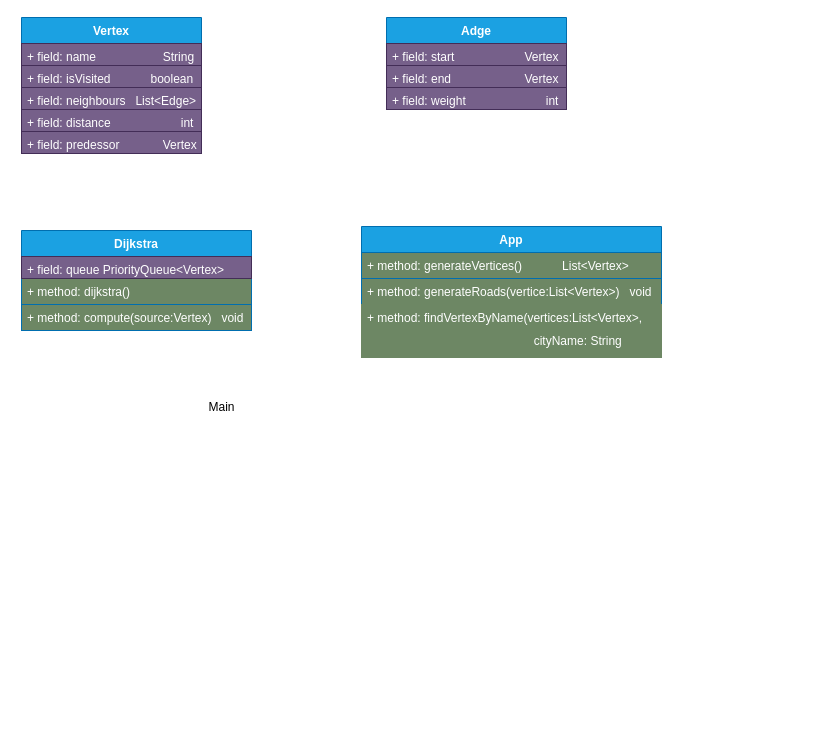
The draw.io diagram src/main/java/com/splab/algorithms/navigator/deykstra.drawio in Sava175/SpLab, before the edit. Source tidied: cells renumbered, new cells numbered last; positions are measured from the earlier drawing's top-left corner, leaving out a move shared by most shapes. Both pictures are drawn from the tidied source at 100%, with x=0, y=0 at pixel (21, 17).
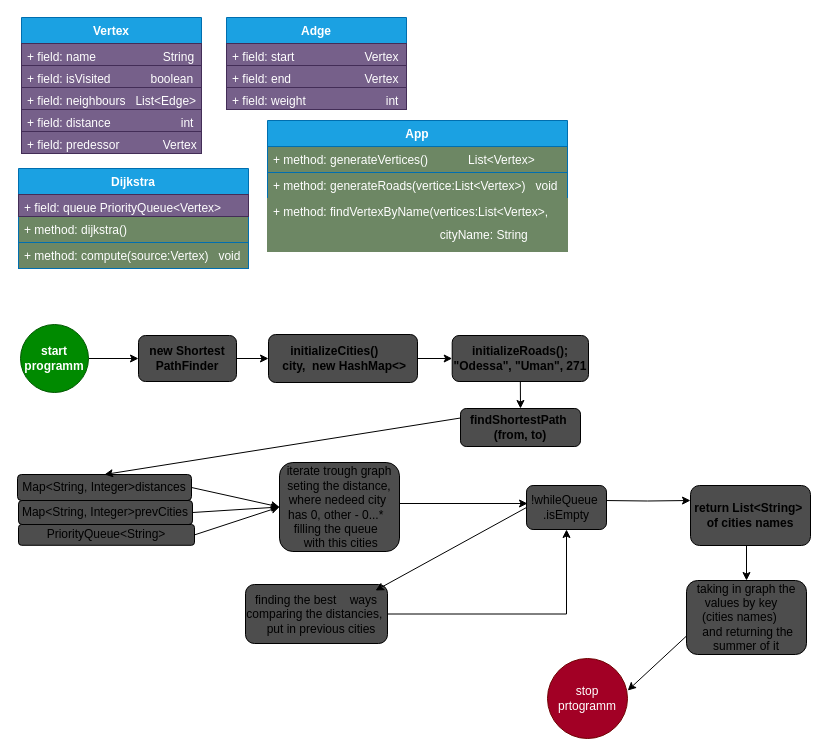
The same page after the edit.

Commit message (it also covers changes not shown here):
made drawio for navigator

The edit, as a diff of the source:
```diff
@@
     <mxCell id="8" value="Adge" style="swimlane;fontStyle=1;align=center;verticalAlign=top;horizontal=1;startSize=26;fillColor=#1ba1e2;fontColor=#ffffff;strokeColor=#006EAF;" parent="1" vertex="1">
-      <mxGeometry x="365" width="180" height="48" as="geometry" />
+      <mxGeometry x="205" width="180" height="48" as="geometry" />
     </mxCell>
@@
     <mxCell id="10" value="+ method: compute(source:Vertex)   void" style="text;strokeColor=#006EAF;fillColor=#6D8764;align=left;verticalAlign=top;spacingLeft=4;spacingRight=4;overflow=hidden;fontColor=#FFFFFF;" parent="1" vertex="1">
-      <mxGeometry y="287" width="230" height="26" as="geometry" />
+      <mxGeometry x="-3" y="225" width="230" height="26" as="geometry" />
     </mxCell>
     <mxCell id="11" value="+ method: dijkstra()" style="text;strokeColor=#006EAF;fillColor=#6D8764;align=left;verticalAlign=top;spacingLeft=4;spacingRight=4;overflow=hidden;fontColor=#FFFFFF;" parent="1" vertex="1">
-      <mxGeometry y="261" width="230" height="26" as="geometry" />
+      <mxGeometry x="-3" y="199" width="230" height="26" as="geometry" />
     </mxCell>
     <mxCell id="12" value="+ field: end                      Vertex" style="text;strokeColor=#432D57;fillColor=#76608a;align=left;verticalAlign=top;spacingLeft=4;spacingRight=4;overflow=hidden;fontColor=#ffffff;" parent="1" vertex="1">
-      <mxGeometry x="365" y="48" width="180" height="22" as="geometry" />
+      <mxGeometry x="205" y="48" width="180" height="22" as="geometry" />
     </mxCell>
     <mxCell id="13" value="+ field: weight                        int" style="text;strokeColor=#432D57;fillColor=#76608a;align=left;verticalAlign=top;spacingLeft=4;spacingRight=4;overflow=hidden;fontColor=#ffffff;" parent="1" vertex="1">
-      <mxGeometry x="365" y="70" width="180" height="22" as="geometry" />
+      <mxGeometry x="205" y="70" width="180" height="22" as="geometry" />
     </mxCell>
     <mxCell id="14" value="Dijkstra" style="swimlane;fontStyle=1;align=center;verticalAlign=top;horizontal=1;startSize=26;fillColor=#1ba1e2;fontColor=#ffffff;strokeColor=#006EAF;" parent="1" vertex="1">
-      <mxGeometry y="213" width="230" height="48" as="geometry" />
+      <mxGeometry x="-3" y="151" width="230" height="48" as="geometry" />
     </mxCell>
@@
     <mxCell id="16" value="App" style="swimlane;fontStyle=1;align=center;verticalAlign=top;horizontal=1;startSize=26;fillColor=#1ba1e2;fontColor=#ffffff;strokeColor=#006EAF;" parent="1" vertex="1">
-      <mxGeometry x="340" y="209" width="300" height="78" as="geometry" />
+      <mxGeometry x="246" y="103" width="300" height="78" as="geometry" />
     </mxCell>
@@
     <mxCell id="19" value="+ method: findVertexByName(vertices:List&lt;Vertex&gt;," style="text;strokeColor=#6D8764;fillColor=#6D8764;align=left;verticalAlign=top;spacingLeft=4;spacingRight=4;overflow=hidden;fontColor=#FFFFFF;" parent="1" vertex="1">
-      <mxGeometry x="340" y="287" width="300" height="23" as="geometry" />
+      <mxGeometry x="246" y="181" width="300" height="23" as="geometry" />
     </mxCell>
     <mxCell id="20" value="&amp;nbsp; &amp;nbsp; &amp;nbsp; &amp;nbsp; &amp;nbsp; &amp;nbsp; &amp;nbsp; &amp;nbsp; &amp;nbsp; &amp;nbsp; &amp;nbsp; &amp;nbsp; &amp;nbsp; &amp;nbsp; &amp;nbsp; &amp;nbsp; &amp;nbsp; &amp;nbsp; &amp;nbsp; &amp;nbsp; &amp;nbsp; &amp;nbsp; &amp;nbsp; &amp;nbsp; &amp;nbsp; cityName: String" style="whiteSpace=wrap;html=1;align=left;verticalAlign=top;fillColor=#6D8764;strokeColor=#6D8764;fontColor=#FFFFFF;gradientColor=none;spacingLeft=4;spacingRight=4;" parent="1" vertex="1">
-      <mxGeometry x="340" y="310" width="300" height="30" as="geometry" />
+      <mxGeometry x="246" y="204" width="300" height="30" as="geometry" />
     </mxCell>
-    <mxCell id="21" value="Main" style="text;html=1;align=center;verticalAlign=middle;strokeColor=none;fillColor=none;" parent="1" vertex="1">
-      <mxGeometry x="175" y="375" width="50" height="30" as="geometry" />
-    </mxCell>
+    <mxCell id="22" style="edgeStyle=orthogonalEdgeStyle;rounded=0;jettySize=auto;html=1;exitX=1;exitY=0.5;exitDx=0;exitDy=0;entryX=0;entryY=0.5;entryDx=0;entryDy=0;" parent="1" edge="1" source="23" target="25">
+      <mxGeometry relative="1" as="geometry" />
+    </mxCell>
+    <mxCell id="23" value="&lt;b&gt;start programm&lt;/b&gt;" style="ellipse;whiteSpace=wrap;html=1;fillColor=#008a00;fontColor=#ffffff;strokeColor=#005700;" parent="1" vertex="1">
+      <mxGeometry x="-1" y="307" width="68" height="68" as="geometry" />
+    </mxCell>
+    <mxCell id="24" style="edgeStyle=orthogonalEdgeStyle;rounded=0;jettySize=auto;html=1;exitX=1;exitY=0.5;exitDx=0;exitDy=0;entryX=0;entryY=0.5;entryDx=0;entryDy=0;" parent="1" edge="1" source="25" target="27">
+      <mxGeometry relative="1" as="geometry" />
+    </mxCell>
+    <mxCell id="25" value="&lt;b&gt;new Shortest PathFinder&lt;/b&gt;" style="rounded=1;whiteSpace=wrap;html=1;fillColor=#4D4D4D;" parent="1" vertex="1">
+      <mxGeometry x="117" y="318" width="98" height="46" as="geometry" />
+    </mxCell>
+    <mxCell id="26" style="edgeStyle=orthogonalEdgeStyle;rounded=0;jettySize=auto;html=1;exitX=1;exitY=0.5;exitDx=0;exitDy=0;entryX=0;entryY=0.5;entryDx=0;entryDy=0;" parent="1" edge="1" source="27" target="29">
+      <mxGeometry relative="1" as="geometry" />
+    </mxCell>
+    <mxCell id="27" value="&lt;b&gt;&amp;nbsp; &amp;nbsp; &amp;nbsp; initializeCities()&amp;nbsp; &amp;nbsp; &amp;nbsp; &amp;nbsp; &amp;nbsp; &amp;nbsp; &amp;nbsp;city,&amp;nbsp; new HashMap&amp;lt;&amp;gt;&lt;/b&gt;" style="rounded=1;whiteSpace=wrap;html=1;fillColor=#4D4D4D;" parent="1" vertex="1">
+      <mxGeometry x="247" y="317" width="149" height="48" as="geometry" />
+    </mxCell>
+    <mxCell id="28" style="edgeStyle=orthogonalEdgeStyle;rounded=0;jettySize=auto;html=1;exitX=0.5;exitY=1;exitDx=0;exitDy=0;entryX=0.5;entryY=0;entryDx=0;entryDy=0;" parent="1" edge="1" source="29" target="30">
+      <mxGeometry relative="1" as="geometry" />
+    </mxCell>
+    <mxCell id="29" value="&lt;b&gt;initializeRoads(); &quot;Odessa&quot;, &quot;Uman&quot;, 271&lt;/b&gt;" style="rounded=1;whiteSpace=wrap;html=1;fillColor=#4D4D4D;" parent="1" vertex="1">
+      <mxGeometry x="430.7" y="318" width="136.3" height="46" as="geometry" />
+    </mxCell>
+    <mxCell id="30" value="&lt;b&gt;findShortestPath&amp;nbsp; (from, to)&lt;/b&gt;" style="rounded=1;whiteSpace=wrap;html=1;fillColor=#4D4D4D;" parent="1" vertex="1">
+      <mxGeometry x="439" y="391" width="120" height="38" as="geometry" />
+    </mxCell>
+    <mxCell id="31" value="Map&amp;lt;String, Integer&amp;gt;distances" style="rounded=1;whiteSpace=wrap;html=1;fillColor=#4D4D4D;" parent="1" vertex="1">
+      <mxGeometry x="-4" y="457" width="174" height="26" as="geometry" />
+    </mxCell>
+    <mxCell id="32" value="Map&amp;lt;String, Integer&amp;gt;prevCities" style="whiteSpace=wrap;html=1;fillColor=#4D4D4D;rounded=1;" parent="1" vertex="1">
+      <mxGeometry x="-3" y="483" width="174" height="24" as="geometry" />
+    </mxCell>
+    <mxCell id="33" value="PriorityQueue&amp;lt;String&amp;gt;" style="whiteSpace=wrap;html=1;fillColor=#4D4D4D;rounded=1;" parent="1" vertex="1">
+      <mxGeometry x="-3" y="507" width="176" height="20.8" as="geometry" />
+    </mxCell>
+    <mxCell id="34" style="edgeStyle=orthogonalEdgeStyle;rounded=0;jettySize=auto;html=1;exitX=1;exitY=0.5;exitDx=0;exitDy=0;entryX=0.013;entryY=0.409;entryDx=0;entryDy=0;entryPerimeter=0;" parent="1" edge="1" source="35" target="43">
+      <mxGeometry relative="1" as="geometry">
+        <Array as="points">
+          <mxPoint x="378" y="486" />
+        </Array>
+      </mxGeometry>
+    </mxCell>
+    <mxCell id="35" value="iterate trough graph seting the distance, where nedeed city&amp;nbsp; &amp;nbsp;has 0, other - 0...*&amp;nbsp; &amp;nbsp; &amp;nbsp;filling the queue&amp;nbsp; &amp;nbsp; &amp;nbsp;with this cities" style="rounded=1;whiteSpace=wrap;html=1;fillColor=#4D4D4D;" parent="1" vertex="1">
+      <mxGeometry x="258" y="445" width="120" height="89" as="geometry" />
+    </mxCell>
+    <mxCell id="36" style="endArrow=classic;html=1;rounded=0;entryX=0;entryY=0.5;entryDx=0;entryDy=0;exitX=1;exitY=0.5;exitDx=0;exitDy=0;" parent="1" edge="1" source="31" target="35">
+      <mxGeometry relative="1" as="geometry" />
+    </mxCell>
+    <mxCell id="37" style="endArrow=classic;html=1;rounded=0;entryX=0;entryY=0.5;entryDx=0;entryDy=0;exitX=1;exitY=0.5;exitDx=0;exitDy=0;" parent="1" edge="1" source="32" target="35">
+      <mxGeometry relative="1" as="geometry" />
+    </mxCell>
+    <mxCell id="38" style="endArrow=classic;html=1;rounded=0;entryX=0;entryY=0.5;entryDx=0;entryDy=0;exitX=1;exitY=0.5;exitDx=0;exitDy=0;" parent="1" edge="1" source="33" target="35">
+      <mxGeometry relative="1" as="geometry" />
+    </mxCell>
+    <mxCell id="39" style="endArrow=classic;html=1;rounded=0;exitX=0;exitY=0.25;exitDx=0;exitDy=0;entryX=0.5;entryY=0;entryDx=0;entryDy=0;" parent="1" edge="1" source="30" target="31">
+      <mxGeometry relative="1" as="geometry" />
+    </mxCell>
+    <mxCell id="40" style="edgeStyle=orthogonalEdgeStyle;rounded=0;jettySize=auto;html=1;exitX=1;exitY=0.5;exitDx=0;exitDy=0;entryX=0.5;entryY=1;entryDx=0;entryDy=0;" parent="1" edge="1" source="41" target="43">
+      <mxGeometry relative="1" as="geometry" />
+    </mxCell>
+    <mxCell id="41" value="finding the best&amp;nbsp; &amp;nbsp; ways comparing the distancies,&amp;nbsp; &amp;nbsp; &amp;nbsp;put in previous cities" style="rounded=1;whiteSpace=wrap;html=1;fillColor=#4D4D4D;" parent="1" vertex="1">
+      <mxGeometry x="224" y="567" width="142" height="59" as="geometry" />
+    </mxCell>
+    <mxCell id="42" style="edgeStyle=orthogonalEdgeStyle;rounded=0;jettySize=auto;html=1;entryX=0;entryY=0.25;entryDx=0;entryDy=0;" parent="1" edge="1" target="46">
+      <mxGeometry relative="1" as="geometry">
+        <mxPoint x="582" y="483" as="sourcePoint" />
+      </mxGeometry>
+    </mxCell>
+    <mxCell id="43" value="!whileQueue&amp;nbsp; .isEmpty" style="rounded=1;whiteSpace=wrap;html=1;fillColor=#4D4D4D;" parent="1" vertex="1">
+      <mxGeometry x="505" y="468" width="80" height="44" as="geometry" />
+    </mxCell>
+    <mxCell id="44" style="endArrow=classic;html=1;rounded=0;exitX=0;exitY=0.5;exitDx=0;exitDy=0;" parent="1" edge="1" source="43">
+      <mxGeometry relative="1" as="geometry">
+        <mxPoint x="354" y="573" as="targetPoint" />
+      </mxGeometry>
+    </mxCell>
+    <mxCell id="45" style="edgeStyle=orthogonalEdgeStyle;rounded=0;jettySize=auto;html=1;exitX=0.5;exitY=1;exitDx=0;exitDy=0;entryX=0.5;entryY=0;entryDx=0;entryDy=0;" parent="1" edge="1" source="46" target="48">
+      <mxGeometry relative="1" as="geometry" />
+    </mxCell>
+    <mxCell id="46" value="&lt;b&gt;return List&amp;lt;String&amp;gt;&amp;nbsp; &amp;nbsp;of cities names&amp;nbsp;&lt;/b&gt;" style="rounded=1;whiteSpace=wrap;html=1;fillColor=#4D4D4D;" parent="1" vertex="1">
+      <mxGeometry x="669" y="468" width="120" height="60" as="geometry" />
+    </mxCell>
+    <mxCell id="47" value="stop prtogramm" style="ellipse;whiteSpace=wrap;html=1;fillColor=#a20025;fontColor=#ffffff;strokeColor=#6F0000;" parent="1" vertex="1">
+      <mxGeometry x="526" y="641" width="80" height="80" as="geometry" />
+    </mxCell>
+    <mxCell id="48" value="taking in graph the values by key&amp;nbsp; &amp;nbsp; &amp;nbsp;(cities names)&amp;nbsp; &amp;nbsp; &amp;nbsp; &amp;nbsp;and returning the summer of it" style="rounded=1;whiteSpace=wrap;html=1;fillColor=#4D4D4D;" parent="1" vertex="1">
+      <mxGeometry x="665" y="563" width="120" height="74" as="geometry" />
+    </mxCell>
+    <mxCell id="49" style="endArrow=classic;html=1;rounded=0;entryX=1.003;entryY=0.4;entryDx=0;entryDy=0;entryPerimeter=0;exitX=0;exitY=0.75;exitDx=0;exitDy=0;" parent="1" edge="1" source="48" target="47">
+      <mxGeometry relative="1" as="geometry" />
+    </mxCell>
```
